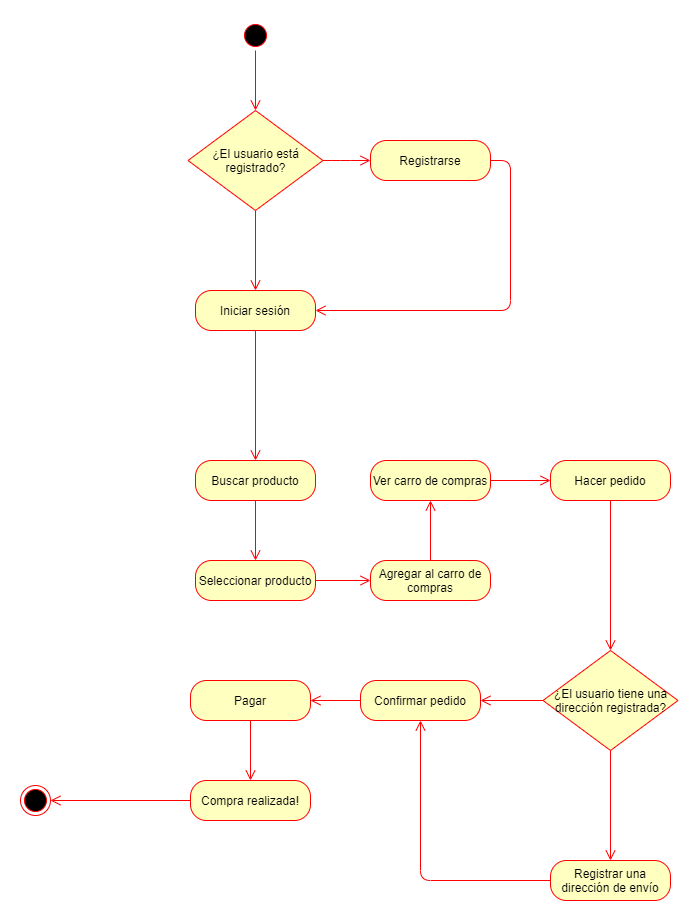
The draw.io diagram Diagrama de actividad 2.png in shecheeee/Diagramas, before a commit. Source tidied: cells renumbered, new cells last; positions are measured from the earlier drawing's top-left corner, leaving out a move shared by most shapes.
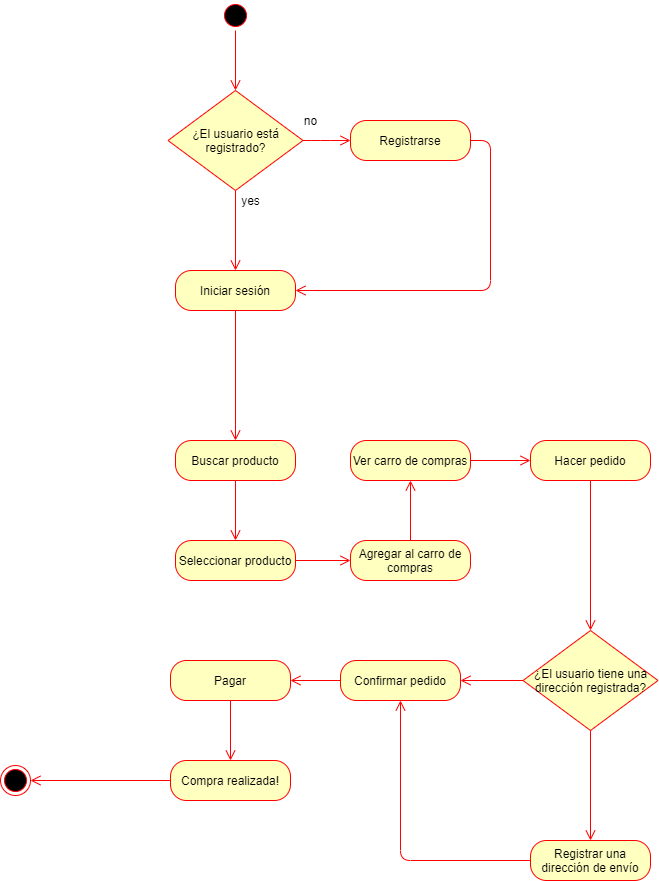
Above is the later version.

Diff of the diagram source:
```diff
@@ -107,5 +107,11 @@
     <mxCell id="32" style="edgeStyle=orthogonalEdgeStyle;html=1;verticalAlign=bottom;endArrow=open;endSize=8;strokeColor=#ff0000;exitX=0;exitY=0.5;exitDx=0;exitDy=0;entryX=1;entryY=0.5;entryDx=0;entryDy=0;" parent="1" edge="1" source="29" target="31">
       <mxGeometry relative="1" as="geometry" />
     </mxCell>
+    <mxCell id="33" value="no" style="text;html=1;align=center;verticalAlign=middle;strokeColor=none;" parent="1" vertex="1">
+      <mxGeometry x="295" y="110" width="30" height="20" as="geometry" />
+    </mxCell>
+    <mxCell id="34" value="yes" style="text;html=1;align=center;verticalAlign=middle;strokeColor=none;" parent="1" vertex="1">
+      <mxGeometry x="235" y="190" width="30" height="20" as="geometry" />
+    </mxCell>
   </root>
 </mxGraphModel>
```
